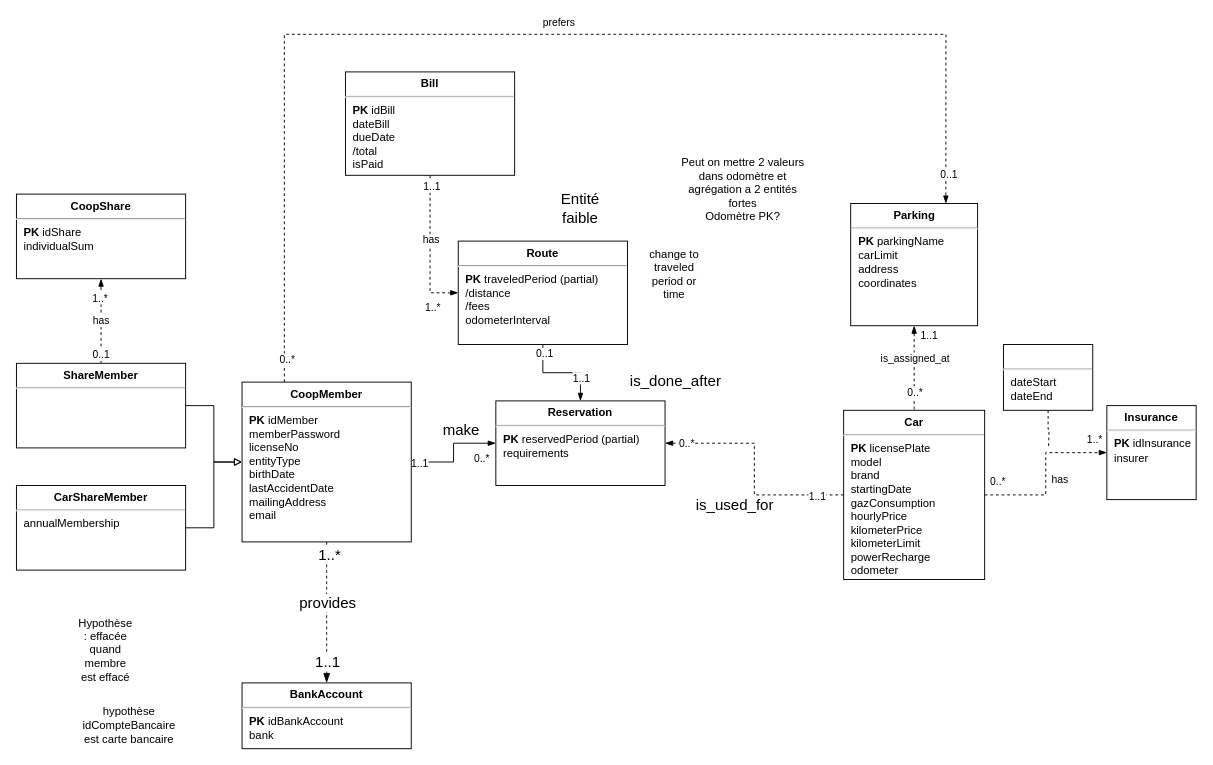
Before: page "Juliette" (2 of 2) of TP4.drawio in lyg2/Reservation-SQL, a draw.io diagram. Source tidied: cells renumbered, new cells numbered last; positions are measured from the earlier drawing's top-left corner, leaving out a move shared by most shapes. Both pictures are drawn from the tidied source at 94%, with x=0, y=0 at pixel (16, 34).
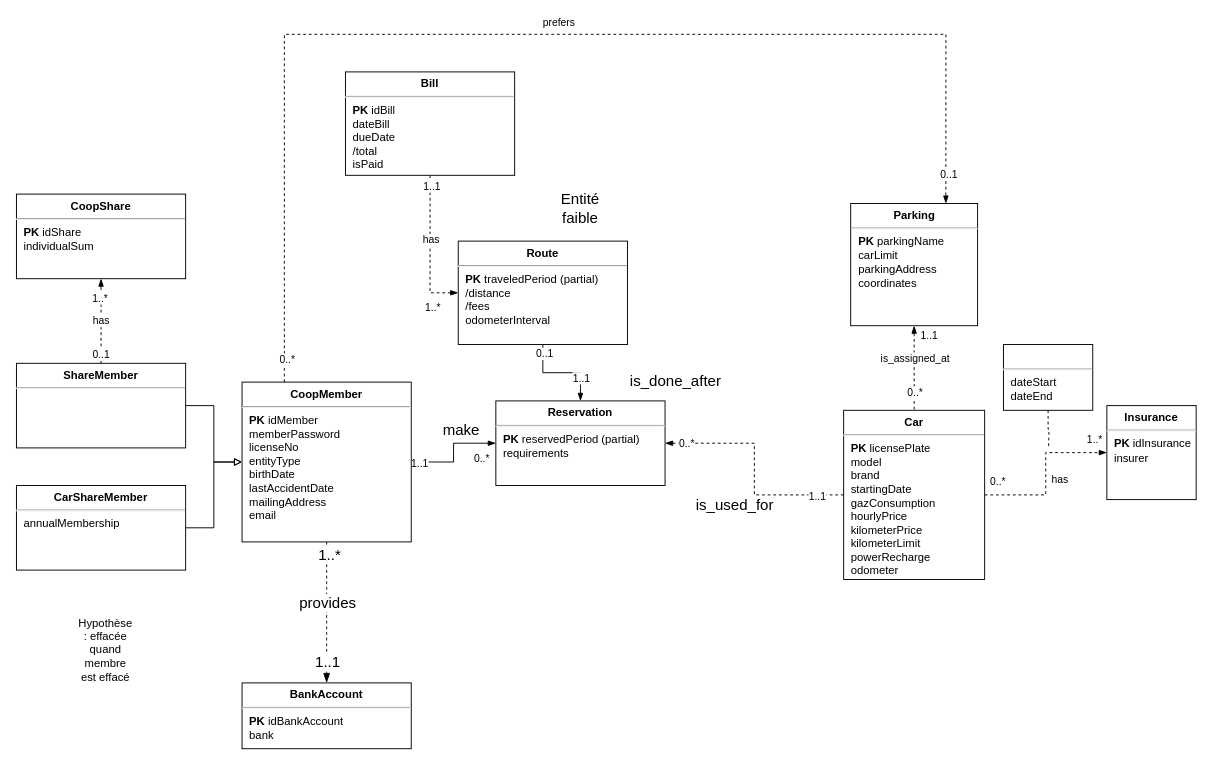
The same page after the edit.

Change to the diagram source:
```diff
@@
-    <mxCell id="11" value="&lt;p style=&quot;margin:0px;margin-top:6px;text-align:center;&quot;&gt;&lt;b&gt;Parking&lt;/b&gt;&lt;/p&gt;&lt;hr&gt;&lt;p style=&quot;margin:0px;margin-left:8px;&quot;&gt;&lt;b&gt;PK&lt;/b&gt;&amp;nbsp;parkingName&lt;/p&gt;&lt;p style=&quot;margin:0px;margin-left:8px;&quot;&gt;carLimit&lt;/p&gt;&lt;p style=&quot;margin:0px;margin-left:8px;&quot;&gt;address&lt;/p&gt;&lt;p style=&quot;margin:0px;margin-left:8px;&quot;&gt;coordinates&lt;/p&gt;" style="align=left;overflow=fill;html=1;" parent="1" vertex="1">
+    <mxCell id="11" value="&lt;p style=&quot;margin:0px;margin-top:6px;text-align:center;&quot;&gt;&lt;b&gt;Parking&lt;/b&gt;&lt;/p&gt;&lt;hr&gt;&lt;p style=&quot;margin:0px;margin-left:8px;&quot;&gt;&lt;b&gt;PK&lt;/b&gt;&amp;nbsp;parkingName&lt;/p&gt;&lt;p style=&quot;margin:0px;margin-left:8px;&quot;&gt;carLimit&lt;/p&gt;&lt;p style=&quot;margin:0px;margin-left:8px;&quot;&gt;parkingAddress&lt;/p&gt;&lt;p style=&quot;margin:0px;margin-left:8px;&quot;&gt;coordinates&lt;/p&gt;" style="align=left;overflow=fill;html=1;" parent="1" vertex="1">
       <mxGeometry x="887.5" y="180" width="135" height="130" as="geometry" />
     </mxCell>
@@
-    <mxCell id="45" value="hypothèse idCompteBancaire est carte bancaire" style="text;html=1;strokeColor=none;fillColor=none;align=center;verticalAlign=middle;whiteSpace=wrap;rounded=0;" parent="1" vertex="1">
-      <mxGeometry x="90" y="720" width="60" height="30" as="geometry" />
-    </mxCell>
@@
-    <mxCell id="54" value="Peut on mettre 2 valeurs dans odomètre et agrégation a 2 entités fortes&lt;br&gt;Odomètre PK?" style="text;html=1;strokeColor=none;fillColor=none;align=center;verticalAlign=middle;whiteSpace=wrap;rounded=0;" parent="1" vertex="1">
-      <mxGeometry x="697.5" y="150" width="150" height="30" as="geometry" />
-    </mxCell>
-    <mxCell id="55" value="change to traveled period or time" style="text;html=1;strokeColor=none;fillColor=none;align=center;verticalAlign=middle;whiteSpace=wrap;rounded=0;" parent="1" vertex="1">
-      <mxGeometry x="670" y="240" width="60" height="30" as="geometry" />
-    </mxCell>
```
